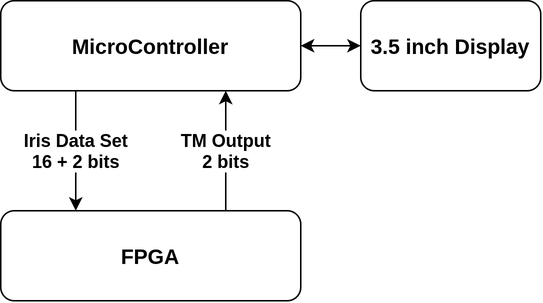
Earlier version of the draw.io export TM_demo_achit.png (JieGH/Hardware_TM_Demo). Source tidied: cells renumbered, new cells last; positions are measured from the earlier drawing's top-left corner, leaving out a move shared by most shapes.
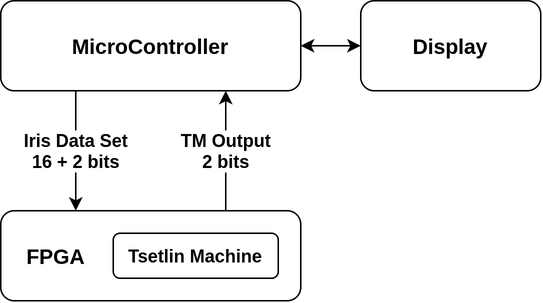
After the commit.

Commit message:
update architecture pic

Change to the diagram source:
```diff
@@ -2,7 +2,7 @@
   <root>
     <mxCell id="0" />
     <mxCell id="1" parent="0" />
-    <mxCell id="2" value="FPGA" style="rounded=1;whiteSpace=wrap;html=1;fontStyle=1;fontSize=14;" parent="1" vertex="1">
+    <mxCell id="2" value="&amp;nbsp; &amp;nbsp; FPGA" style="rounded=1;whiteSpace=wrap;html=1;fontStyle=1;fontSize=14;align=left;" parent="1" vertex="1">
       <mxGeometry y="140" width="200" height="60" as="geometry" />
     </mxCell>
     <mxCell id="3" style="edgeStyle=orthogonalEdgeStyle;rounded=0;jettySize=auto;html=1;entryX=0;entryY=0.5;entryDx=0;entryDy=0;strokeColor=#000000;startArrow=classic;startFill=1;fontStyle=1;fontSize=14;" parent="1" edge="1" source="8" target="9">
@@ -27,8 +27,11 @@
     <mxCell id="8" value="MicroController" style="rounded=1;whiteSpace=wrap;html=1;fontStyle=1;fontSize=14;" parent="1" vertex="1">
       <mxGeometry width="200" height="60" as="geometry" />
     </mxCell>
-    <mxCell id="9" value="3.5 inch Display" style="rounded=1;whiteSpace=wrap;html=1;fontStyle=1;fontSize=14;" parent="1" vertex="1">
+    <mxCell id="9" value="Display" style="rounded=1;whiteSpace=wrap;html=1;fontStyle=1;fontSize=14;" parent="1" vertex="1">
       <mxGeometry x="240" width="120" height="60" as="geometry" />
     </mxCell>
+    <mxCell id="10" value="Tsetlin Machine" style="rounded=1;whiteSpace=wrap;html=1;fontStyle=1;" parent="1" vertex="1">
+      <mxGeometry x="75" y="155" width="110" height="30" as="geometry" />
+    </mxCell>
   </root>
 </mxGraphModel>
```
